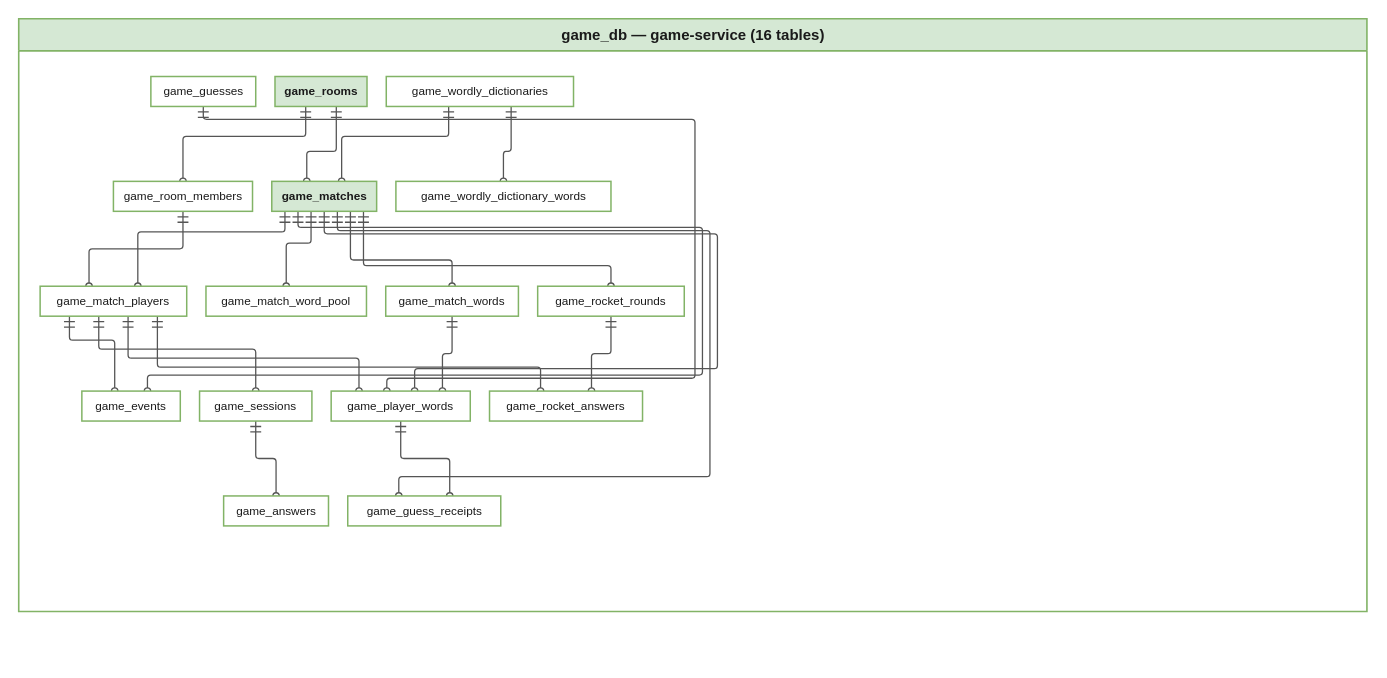
IeltsPath-Platform/report keeps this draw.io diagram as report-4-software-design-specification/diagrams/erd/er-all-game.drawio. Above is the earlier version. Source tidied: cells renumbered, new cells numbered last; positions are measured from the earlier drawing's top-left corner, leaving out a move shared by most shapes. Both pictures are drawn from the tidied source at 107%, with x=0, y=0 at pixel (18, 18).
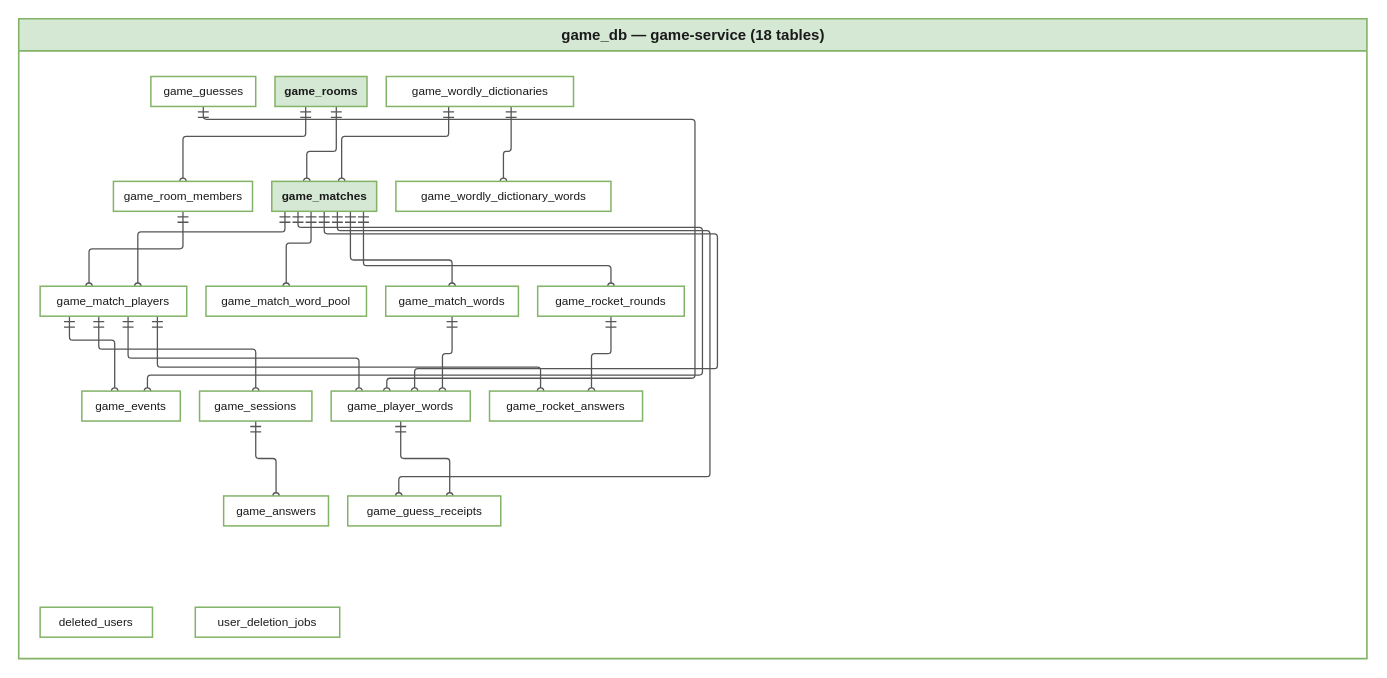
After the change.

The edit, as a diff of the source:
```diff
@@
-    <mxCell id="2" value="game_db — game-service (16 tables)" style="swimlane;startSize=30;fontSize=14;fontStyle=1;fontFamily=Helvetica;fontColor=#1a1a1a;fillColor=#d5e8d4;strokeColor=#82b366;swimlaneFillColor=#ffffff;strokeWidth=1.5;html=1;" parent="1" vertex="1">
-      <mxGeometry width="1260" height="554" as="geometry" />
+    <mxCell id="2" value="game_db — game-service (18 tables)" style="swimlane;startSize=30;fontSize=14;fontStyle=1;fontFamily=Helvetica;fontColor=#1a1a1a;fillColor=#d5e8d4;strokeColor=#82b366;swimlaneFillColor=#ffffff;strokeWidth=1.5;html=1;" parent="1" vertex="1">
+      <mxGeometry width="1260" height="598" as="geometry" />
     </mxCell>
@@
+    <mxCell id="40" value="deleted_users" style="rounded=0;html=1;whiteSpace=wrap;fontSize=11;fontFamily=Helvetica;fontColor=#1a1a1a;fillColor=#ffffff;strokeColor=#82b366;strokeWidth=1.4;fontStyle=0;" parent="1" vertex="1">
+      <mxGeometry x="20" y="550" width="105" height="28" as="geometry" />
+    </mxCell>
+    <mxCell id="41" value="user_deletion_jobs" style="rounded=0;html=1;whiteSpace=wrap;fontSize=11;fontFamily=Helvetica;fontColor=#1a1a1a;fillColor=#ffffff;strokeColor=#82b366;strokeWidth=1.4;fontStyle=0;" parent="1" vertex="1">
+      <mxGeometry x="165" y="550" width="135" height="28" as="geometry" />
+    </mxCell>
```
